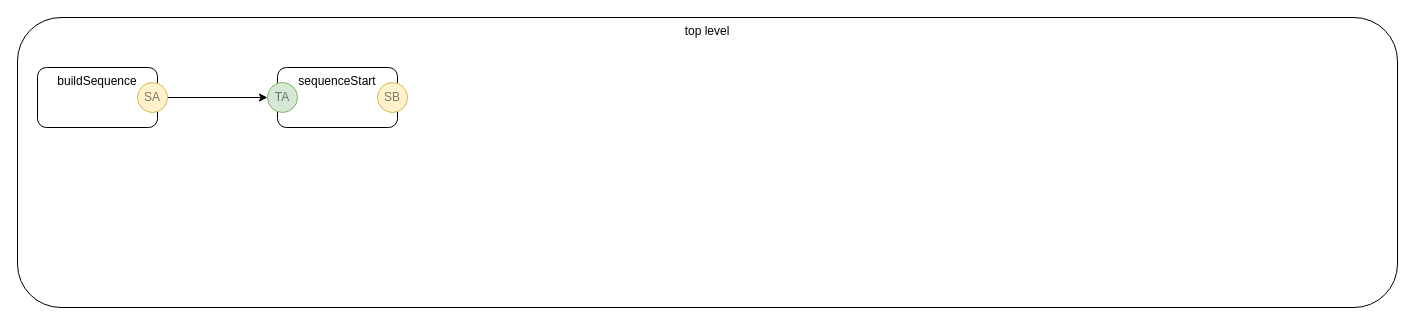
guitarvydas/jam0001 keeps this draw.io diagram as guitarvydas/sequence.drawio. Above is the earlier version. Source tidied: cells renumbered, new cells numbered last; positions are measured from the earlier drawing's top-left corner, leaving out a move shared by most shapes. Both pictures are drawn from the tidied source at 100%, with x=0, y=0 at pixel (17, 17).
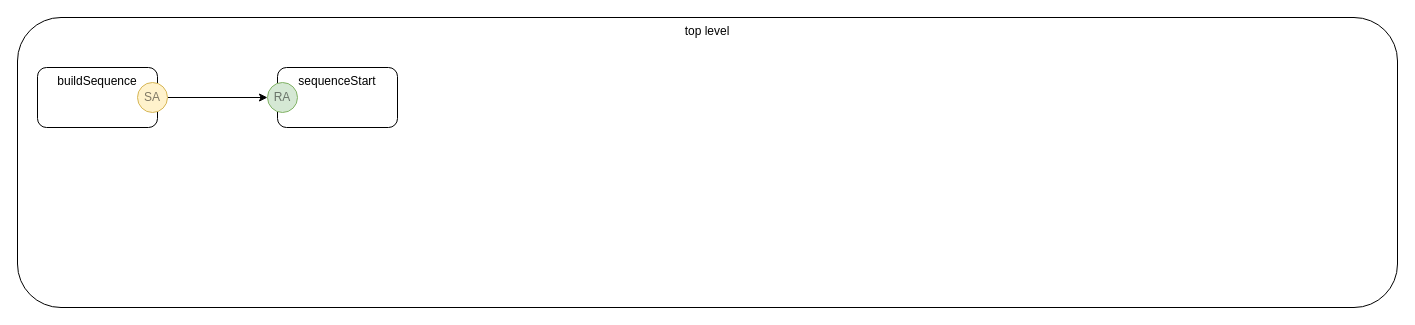
The same page after the edit.

What changed in the source:
```diff
@@
 <mxGraphModel>
   <root>
     <mxCell id="0" />
     <mxCell id="1" parent="0" />
     <mxCell id="2" value="top level" style="rounded=1;whiteSpace=wrap;html=1;verticalAlign=top;" parent="1" vertex="1">
       <mxGeometry width="1380" height="290" as="geometry" />
     </mxCell>
     <mxCell id="3" value="buildSequence" style="rounded=1;whiteSpace=wrap;html=1;verticalAlign=top;" parent="1" vertex="1">
       <mxGeometry x="20" y="50" width="120" height="60" as="geometry" />
     </mxCell>
     <mxCell id="4" style="edgeStyle=orthogonalEdgeStyle;rounded=0;jettySize=auto;html=1;exitX=1;exitY=0.5;exitDx=0;exitDy=0;entryX=0;entryY=0.5;entryDx=0;entryDy=0;" parent="1" edge="1" source="5" target="8">
       <mxGeometry relative="1" as="geometry" />
     </mxCell>
     <mxCell id="5" value="SA" style="ellipse;whiteSpace=wrap;html=1;fillColor=#fff2cc;align=center;strokeColor=#d6b656;textOpacity=50;" parent="1" vertex="1">
       <mxGeometry x="120" y="65" width="30" height="30" as="geometry" />
     </mxCell>
     <mxCell id="6" value="sequenceStart" style="rounded=1;whiteSpace=wrap;html=1;verticalAlign=top;" parent="1" vertex="1">
       <mxGeometry x="260" y="50" width="120" height="60" as="geometry" />
     </mxCell>
-    <mxCell id="7" value="SB" style="ellipse;whiteSpace=wrap;html=1;fillColor=#fff2cc;align=center;strokeColor=#d6b656;textOpacity=50;" parent="1" vertex="1">
-      <mxGeometry x="360" y="65" width="30" height="30" as="geometry" />
-    </mxCell>
-    <mxCell id="8" value="TA" style="ellipse;whiteSpace=wrap;html=1;fillColor=#d5e8d4;align=center;strokeColor=#82b366;textOpacity=50;" parent="1" vertex="1">
+    <mxCell id="8" value="RA" style="ellipse;whiteSpace=wrap;html=1;fillColor=#d5e8d4;align=center;strokeColor=#82b366;textOpacity=50;" parent="1" vertex="1">
       <mxGeometry x="250" y="65" width="30" height="30" as="geometry" />
     </mxCell>
   </root>
 </mxGraphModel>
```
